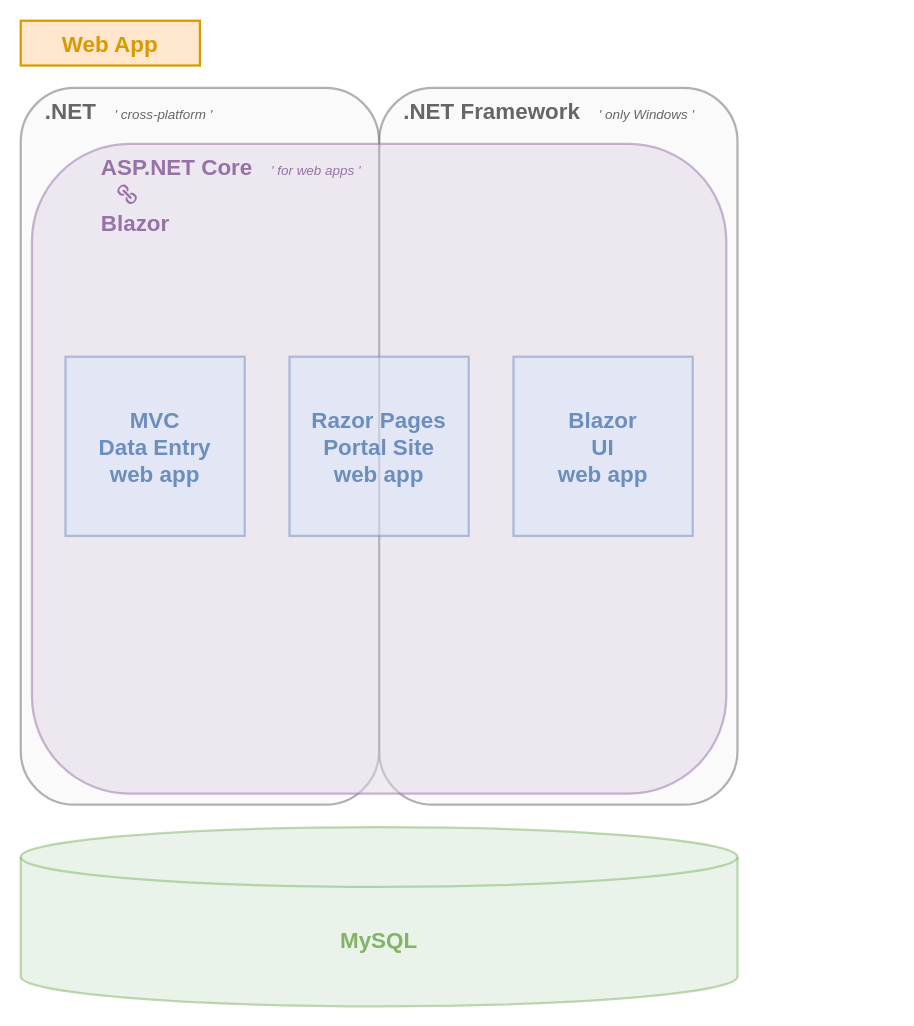
Before: Untitled Diagram.drawio in u1130131/ProjectImages, a draw.io diagram. Source tidied: cells renumbered, new cells numbered last; positions are measured from the earlier drawing's top-left corner, leaving out a move shared by most shapes. Both pictures are drawn from the tidied source at 112%, with x=0, y=0 at pixel (20, 20).
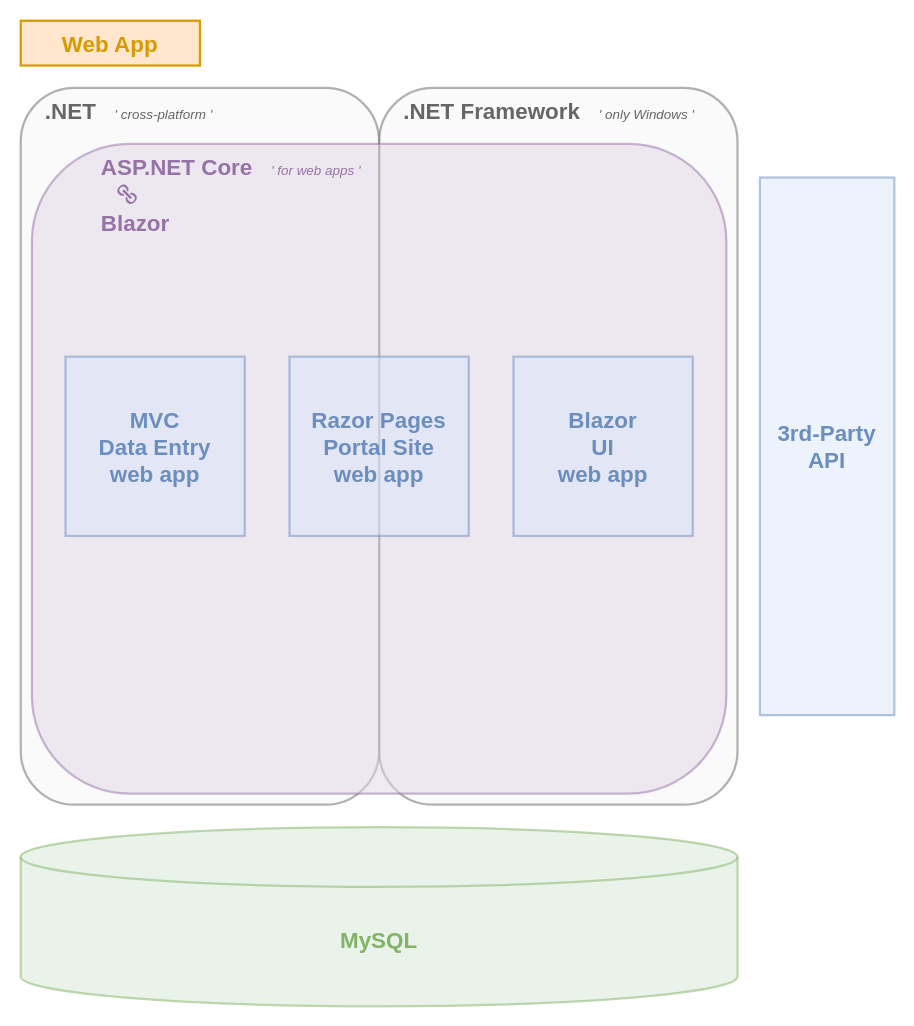
Above is the later version.

The edit, as a diff of the source:
```diff
@@
+    <mxCell id="19" style="rounded=0;whiteSpace=wrap;html=1;fontSize=12;strokeColor=#6c8ebf;strokeWidth=2;fillColor=#dae8fc;opacity=50;" parent="1" vertex="1">
+      <mxGeometry x="660" y="140" width="120" height="480" as="geometry" />
+    </mxCell>
+    <mxCell id="20" value="3rd-Party API" style="text;html=1;strokeColor=none;fillColor=none;align=center;verticalAlign=middle;whiteSpace=wrap;rounded=0;fontSize=20;fontColor=#6C8EBF;opacity=50;fontStyle=1;" parent="1" vertex="1">
+      <mxGeometry x="660" y="140" width="120" height="480" as="geometry" />
+    </mxCell>
```
